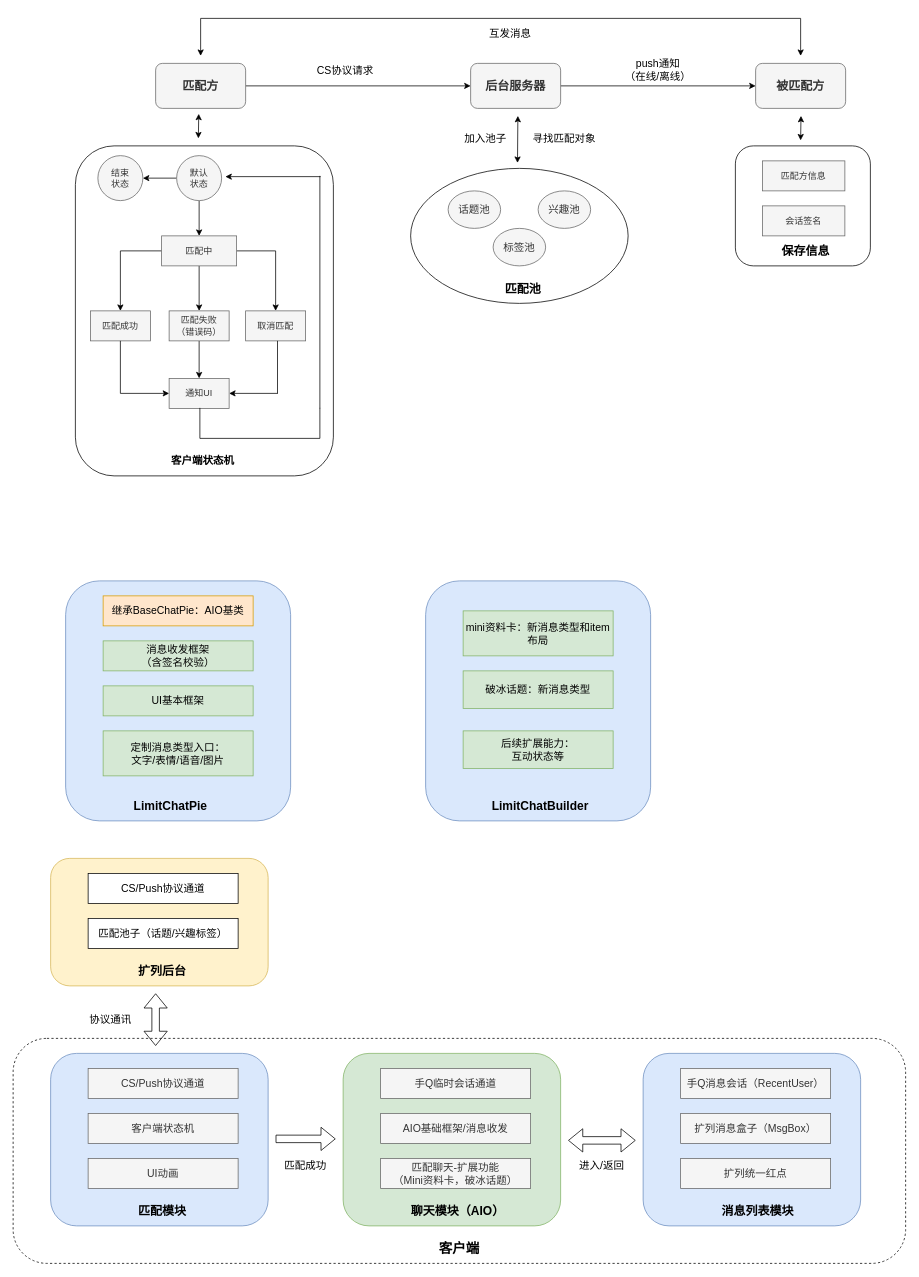
This is page "kuolie" (4 of 4) of t3.drawio from wind1096471134/Brainstorming, a draw.io file, before an edit. Source tidied: cells renumbered, new cells numbered last; positions are measured from the earlier drawing's top-left corner, leaving out a move shared by most shapes. Both pictures are drawn from the tidied source at 75%, with x=0, y=0 at pixel (13, 18).
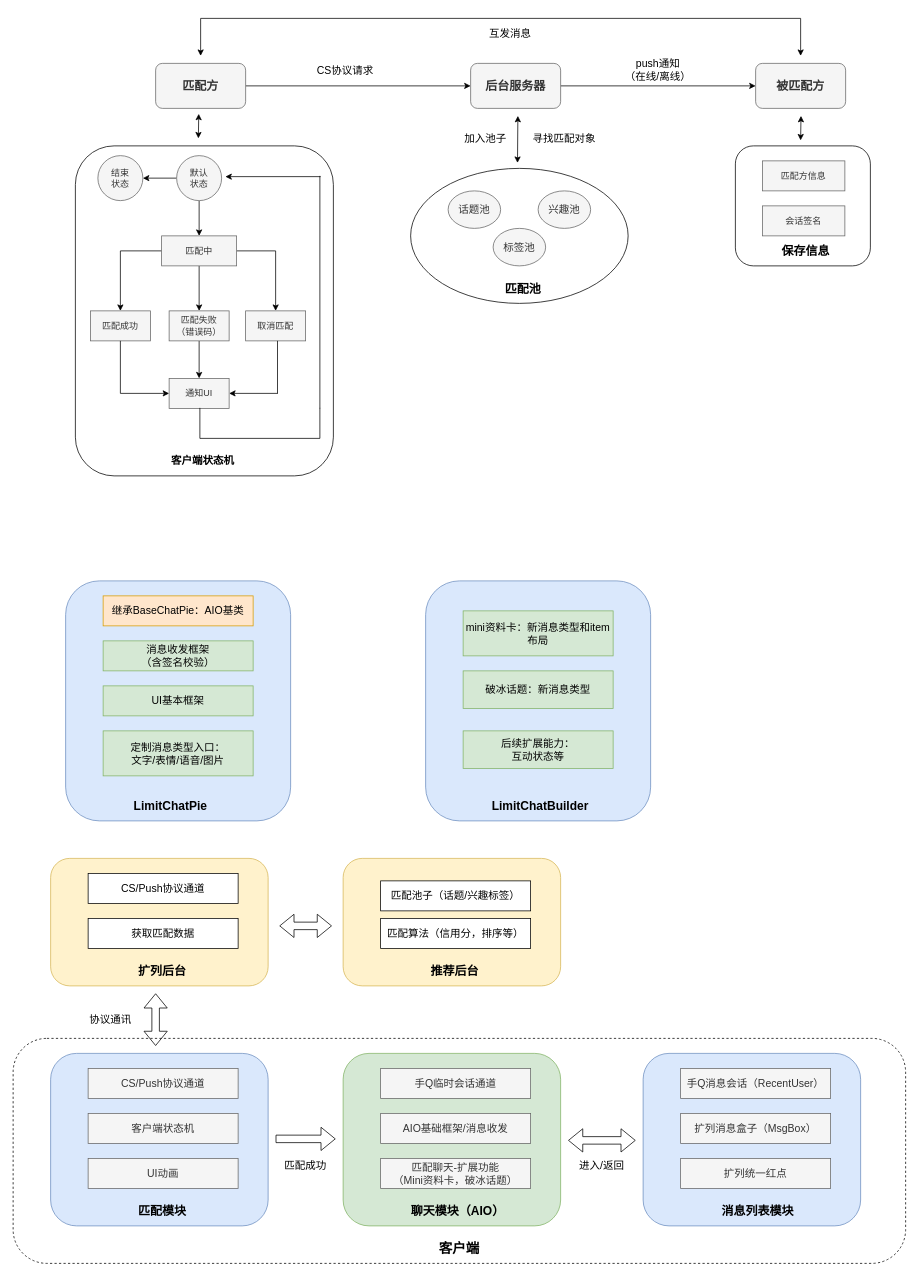
Above is the later version.

Change to the diagram source:
```diff
@@
-    <mxCell id="79" value="&lt;font style=&quot;font-size: 14px&quot;&gt;匹配池子（话题/兴趣标签）&lt;/font&gt;" style="rounded=0;whiteSpace=wrap;html=1;" parent="1" vertex="1">
+    <mxCell id="79" value="&lt;span style=&quot;font-size: 14px&quot;&gt;获取匹配数据&lt;/span&gt;" style="rounded=0;whiteSpace=wrap;html=1;" parent="1" vertex="1">
       <mxGeometry x="100" y="1200" width="200" height="40" as="geometry" />
     </mxCell>
@@
+    <mxCell id="87" style="rounded=1;whiteSpace=wrap;html=1;fillColor=#fff2cc;strokeColor=#d6b656;" parent="1" vertex="1">
+      <mxGeometry x="440" y="1120" width="290" height="170" as="geometry" />
+    </mxCell>
+    <mxCell id="88" value="&lt;font style=&quot;font-size: 16px&quot;&gt;&lt;b&gt;推荐后台&lt;/b&gt;&lt;/font&gt;" style="text;html=1;strokeColor=none;fillColor=none;align=center;verticalAlign=middle;whiteSpace=wrap;rounded=0;" parent="1" vertex="1">
+      <mxGeometry x="554" y="1260" width="70" height="20" as="geometry" />
+    </mxCell>
+    <mxCell id="89" value="&lt;font style=&quot;font-size: 14px&quot;&gt;匹配池子（话题/兴趣标签）&lt;/font&gt;" style="rounded=0;whiteSpace=wrap;html=1;" parent="1" vertex="1">
+      <mxGeometry x="490" y="1150" width="200" height="40" as="geometry" />
+    </mxCell>
+    <mxCell id="90" value="&lt;span style=&quot;font-size: 14px&quot;&gt;匹配算法（信用分，排序等）&lt;/span&gt;" style="rounded=0;whiteSpace=wrap;html=1;" parent="1" vertex="1">
+      <mxGeometry x="490" y="1200" width="200" height="40" as="geometry" />
+    </mxCell>
+    <mxCell id="91" style="shape=flexArrow;endArrow=classic;startArrow=classic;html=1;" parent="1" edge="1">
+      <mxGeometry relative="1" as="geometry">
+        <mxPoint x="355" y="1210" as="sourcePoint" />
+        <mxPoint x="425" y="1210" as="targetPoint" />
+      </mxGeometry>
+    </mxCell>
```
